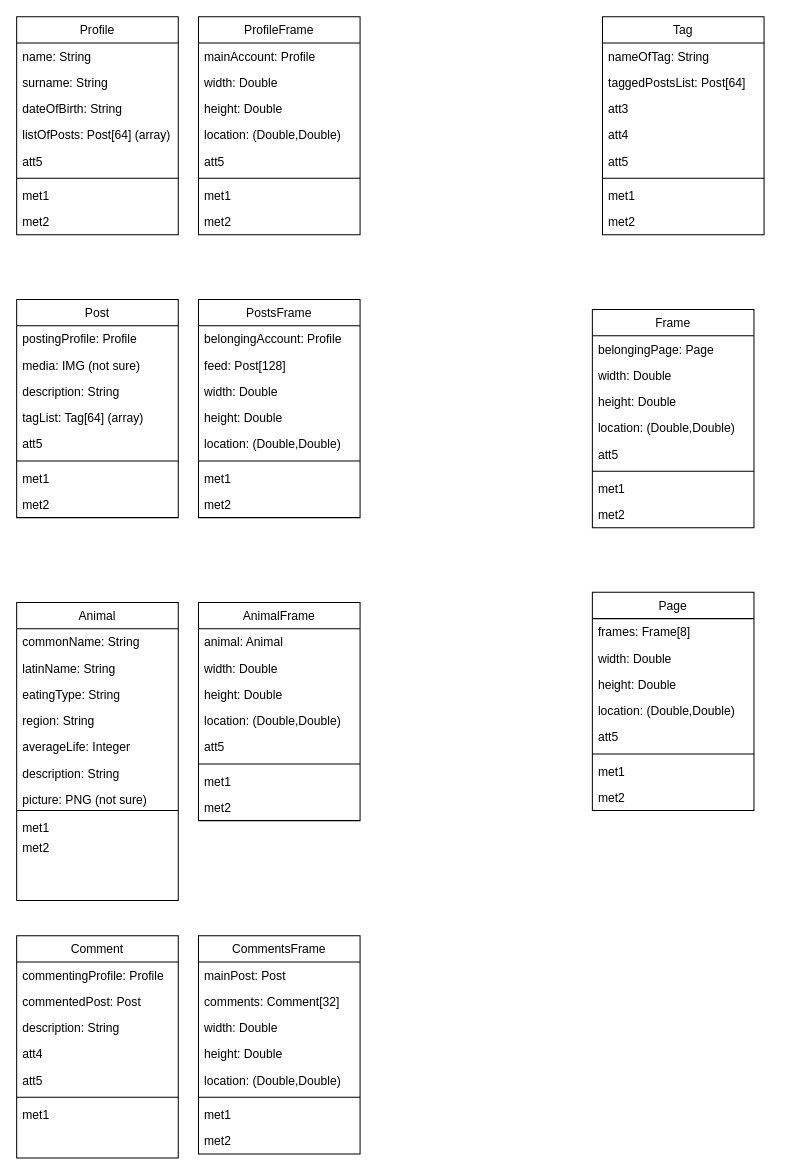
The draw.io diagram Cmpe352_Class_Diagram.drawio in Pqrq/Cmpe_352_Project, before the edit. Source tidied: cells renumbered, new cells numbered last; positions are measured from the earlier drawing's top-left corner, leaving out a move shared by most shapes. Both pictures are drawn from the tidied source at 101%, with x=0, y=0 at pixel (16, 16).
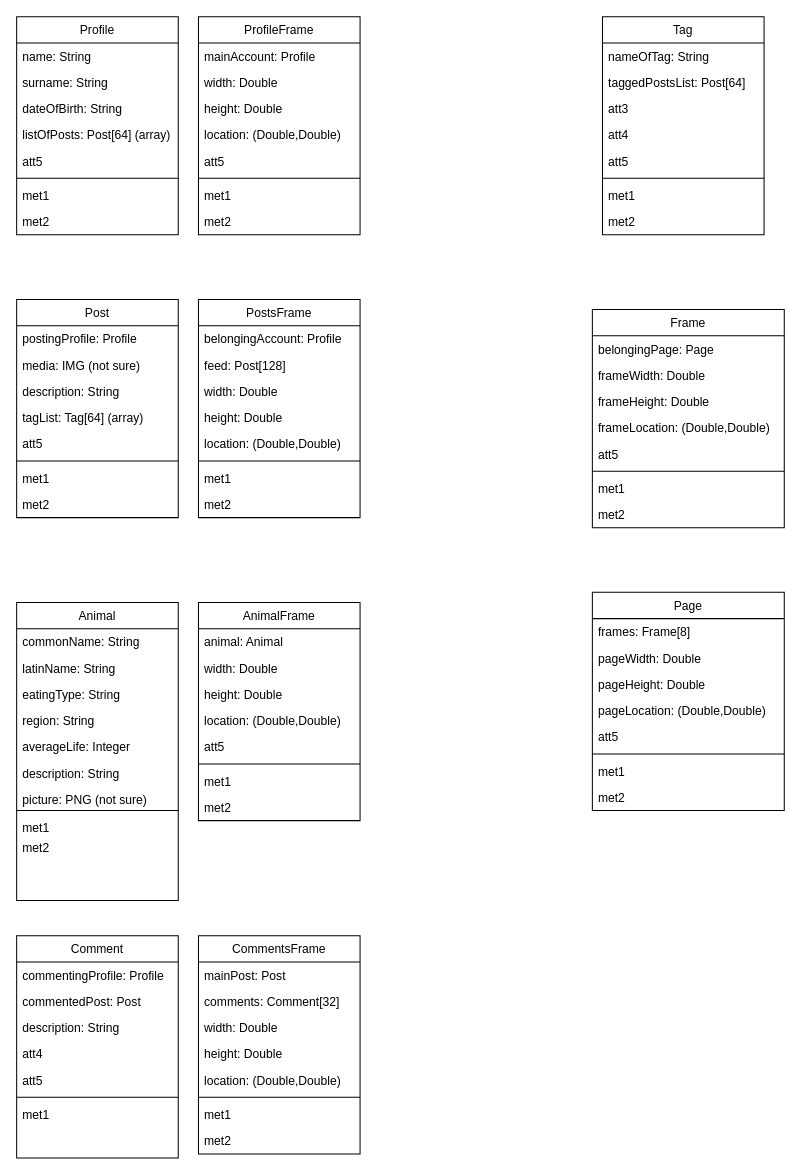
The same page after the edit.

The edit, as a diff of the source:
```diff
@@
     <mxCell id="84" value="Frame" style="swimlane;fontStyle=0;align=center;verticalAlign=top;horizontal=1;startSize=26;rounded=0;shadow=0;strokeWidth=1;" parent="1" vertex="1">
-      <mxGeometry x="570" y="290" width="160" height="216" as="geometry" />
+      <mxGeometry x="570" y="290" width="190" height="216" as="geometry" />
     </mxCell>
     <mxCell id="85" value="belongingPage: Page" style="text;align=left;verticalAlign=top;spacingLeft=4;spacingRight=4;overflow=hidden;" parent="84" vertex="1">
-      <mxGeometry y="26" width="160" height="26" as="geometry" />
+      <mxGeometry y="26" width="190" height="26" as="geometry" />
     </mxCell>
-    <mxCell id="86" value="width: Double" style="text;align=left;verticalAlign=top;spacingLeft=4;spacingRight=4;overflow=hidden;rounded=0;shadow=0;html=0;" parent="84" vertex="1">
-      <mxGeometry y="52" width="160" height="26" as="geometry" />
+    <mxCell id="86" value="frameWidth: Double" style="text;align=left;verticalAlign=top;spacingLeft=4;spacingRight=4;overflow=hidden;rounded=0;shadow=0;html=0;" parent="84" vertex="1">
+      <mxGeometry y="52" width="190" height="26" as="geometry" />
     </mxCell>
-    <mxCell id="87" value="height: Double" style="text;align=left;verticalAlign=top;spacingLeft=4;spacingRight=4;overflow=hidden;rounded=0;shadow=0;html=0;" parent="84" vertex="1">
-      <mxGeometry y="78" width="160" height="26" as="geometry" />
+    <mxCell id="87" value="frameHeight: Double" style="text;align=left;verticalAlign=top;spacingLeft=4;spacingRight=4;overflow=hidden;rounded=0;shadow=0;html=0;" parent="84" vertex="1">
+      <mxGeometry y="78" width="190" height="26" as="geometry" />
     </mxCell>
-    <mxCell id="88" value="location: (Double,Double)" style="text;align=left;verticalAlign=top;spacingLeft=4;spacingRight=4;overflow=hidden;rounded=0;shadow=0;html=0;" parent="84" vertex="1">
-      <mxGeometry y="104" width="160" height="26" as="geometry" />
+    <mxCell id="88" value="frameLocation: (Double,Double)" style="text;align=left;verticalAlign=top;spacingLeft=4;spacingRight=4;overflow=hidden;rounded=0;shadow=0;html=0;" parent="84" vertex="1">
+      <mxGeometry y="104" width="190" height="26" as="geometry" />
     </mxCell>
     <mxCell id="89" value="att5" style="text;align=left;verticalAlign=top;spacingLeft=4;spacingRight=4;overflow=hidden;rounded=0;shadow=0;html=0;" parent="84" vertex="1">
-      <mxGeometry y="130" width="160" height="26" as="geometry" />
+      <mxGeometry y="130" width="190" height="26" as="geometry" />
     </mxCell>
     <mxCell id="90" style="line;html=1;strokeWidth=1;align=left;verticalAlign=middle;spacingTop=-1;spacingLeft=3;spacingRight=3;labelPosition=right;" parent="84" vertex="1">
-      <mxGeometry y="156" width="160" height="8" as="geometry" />
+      <mxGeometry y="156" width="190" height="8" as="geometry" />
     </mxCell>
     <mxCell id="91" value="met1" style="text;align=left;verticalAlign=top;spacingLeft=4;spacingRight=4;overflow=hidden;" parent="84" vertex="1">
-      <mxGeometry y="164" width="160" height="26" as="geometry" />
+      <mxGeometry y="164" width="190" height="26" as="geometry" />
     </mxCell>
     <mxCell id="92" value="met2" style="text;align=left;verticalAlign=top;spacingLeft=4;spacingRight=4;overflow=hidden;" parent="84" vertex="1">
-      <mxGeometry y="190" width="160" height="20" as="geometry" />
+      <mxGeometry y="190" width="190" height="20" as="geometry" />
     </mxCell>
     <mxCell id="93" value="Page" style="swimlane;fontStyle=0;align=center;verticalAlign=top;horizontal=1;startSize=26;rounded=0;shadow=0;strokeWidth=1;" parent="1" vertex="1">
-      <mxGeometry x="570" y="570" width="160" height="216" as="geometry" />
+      <mxGeometry x="570" y="570" width="190" height="216" as="geometry" />
     </mxCell>
     <mxCell id="94" value="frames: Frame[8]" style="text;align=left;verticalAlign=top;spacingLeft=4;spacingRight=4;overflow=hidden;" parent="93" vertex="1">
-      <mxGeometry y="26" width="160" height="26" as="geometry" />
+      <mxGeometry y="26" width="190" height="26" as="geometry" />
     </mxCell>
-    <mxCell id="95" value="width: Double" style="text;align=left;verticalAlign=top;spacingLeft=4;spacingRight=4;overflow=hidden;rounded=0;shadow=0;html=0;" parent="93" vertex="1">
-      <mxGeometry y="52" width="160" height="26" as="geometry" />
+    <mxCell id="95" value="pageWidth: Double" style="text;align=left;verticalAlign=top;spacingLeft=4;spacingRight=4;overflow=hidden;rounded=0;shadow=0;html=0;" parent="93" vertex="1">
+      <mxGeometry y="52" width="190" height="26" as="geometry" />
     </mxCell>
-    <mxCell id="96" value="height: Double" style="text;align=left;verticalAlign=top;spacingLeft=4;spacingRight=4;overflow=hidden;rounded=0;shadow=0;html=0;" parent="93" vertex="1">
-      <mxGeometry y="78" width="160" height="26" as="geometry" />
+    <mxCell id="96" value="pageHeight: Double" style="text;align=left;verticalAlign=top;spacingLeft=4;spacingRight=4;overflow=hidden;rounded=0;shadow=0;html=0;" parent="93" vertex="1">
+      <mxGeometry y="78" width="190" height="26" as="geometry" />
     </mxCell>
-    <mxCell id="97" value="location: (Double,Double)" style="text;align=left;verticalAlign=top;spacingLeft=4;spacingRight=4;overflow=hidden;rounded=0;shadow=0;html=0;" parent="93" vertex="1">
-      <mxGeometry y="104" width="160" height="26" as="geometry" />
+    <mxCell id="97" value="pageLocation: (Double,Double)" style="text;align=left;verticalAlign=top;spacingLeft=4;spacingRight=4;overflow=hidden;rounded=0;shadow=0;html=0;" parent="93" vertex="1">
+      <mxGeometry y="104" width="190" height="26" as="geometry" />
     </mxCell>
     <mxCell id="98" value="att5" style="text;align=left;verticalAlign=top;spacingLeft=4;spacingRight=4;overflow=hidden;rounded=0;shadow=0;html=0;" parent="93" vertex="1">
-      <mxGeometry y="130" width="160" height="26" as="geometry" />
+      <mxGeometry y="130" width="190" height="26" as="geometry" />
     </mxCell>
     <mxCell id="99" style="line;html=1;strokeWidth=1;align=left;verticalAlign=middle;spacingTop=-1;spacingLeft=3;spacingRight=3;labelPosition=right;" parent="93" vertex="1">
-      <mxGeometry y="156" width="160" height="8" as="geometry" />
+      <mxGeometry y="156" width="190" height="8" as="geometry" />
     </mxCell>
     <mxCell id="100" value="met1" style="text;align=left;verticalAlign=top;spacingLeft=4;spacingRight=4;overflow=hidden;" parent="93" vertex="1">
-      <mxGeometry y="164" width="160" height="26" as="geometry" />
+      <mxGeometry y="164" width="190" height="26" as="geometry" />
     </mxCell>
     <mxCell id="101" value="met2" style="text;align=left;verticalAlign=top;spacingLeft=4;spacingRight=4;overflow=hidden;" parent="93" vertex="1">
-      <mxGeometry y="190" width="160" height="20" as="geometry" />
+      <mxGeometry y="190" width="190" height="20" as="geometry" />
     </mxCell>
```
